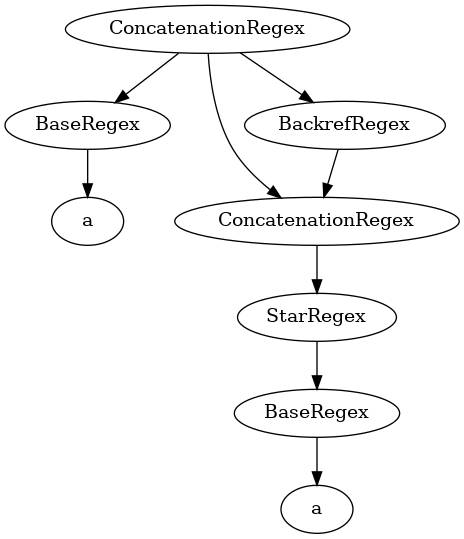
Before: visualization/regex.gv.png, a diagram exported from Graphviz (julia-bel/regex_fuzzing). Its source is kept beside it as visualization/regex.gv.
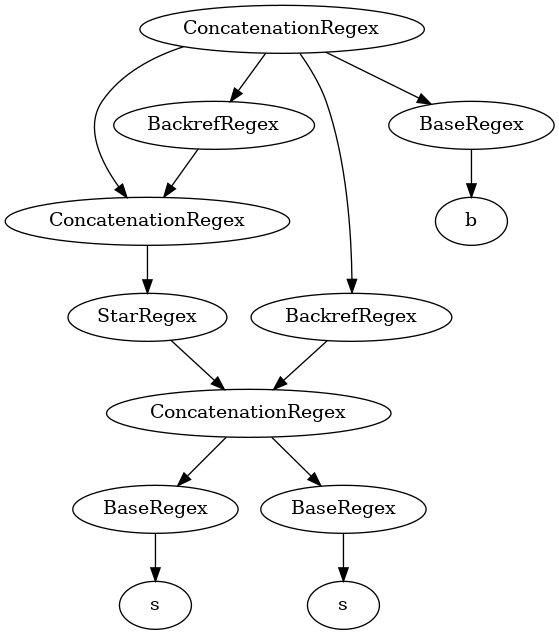
After the change.

The edit, as a diff of the source:
```diff
@@ -1,18 +1,27 @@
 digraph {
 	0 [label=ConcatenationRegex]
-	1 [label=BaseRegex]
+	1 [label=ConcatenationRegex]
 	0 -> 1
-	2 [label=a]
+	2 [label=StarRegex]
 	1 -> 2
 	3 [label=ConcatenationRegex]
-	0 -> 3
-	4 [label=StarRegex]
+	2 -> 3
+	4 [label=BaseRegex]
 	3 -> 4
-	5 [label=BaseRegex]
+	5 [label=s]
 	4 -> 5
-	6 [label=a]
-	5 -> 6
-	7 [label=BackrefRegex]
-	0 -> 7
-	7 -> 3
+	6 [label=BaseRegex]
+	3 -> 6
+	7 [label=s]
+	6 -> 7
+	8 [label=BackrefRegex]
+	0 -> 8
+	8 -> 1
+	9 [label=BackrefRegex]
+	0 -> 9
+	9 -> 3
+	10 [label=BaseRegex]
+	0 -> 10
+	11 [label=b]
+	10 -> 11
 }
```
